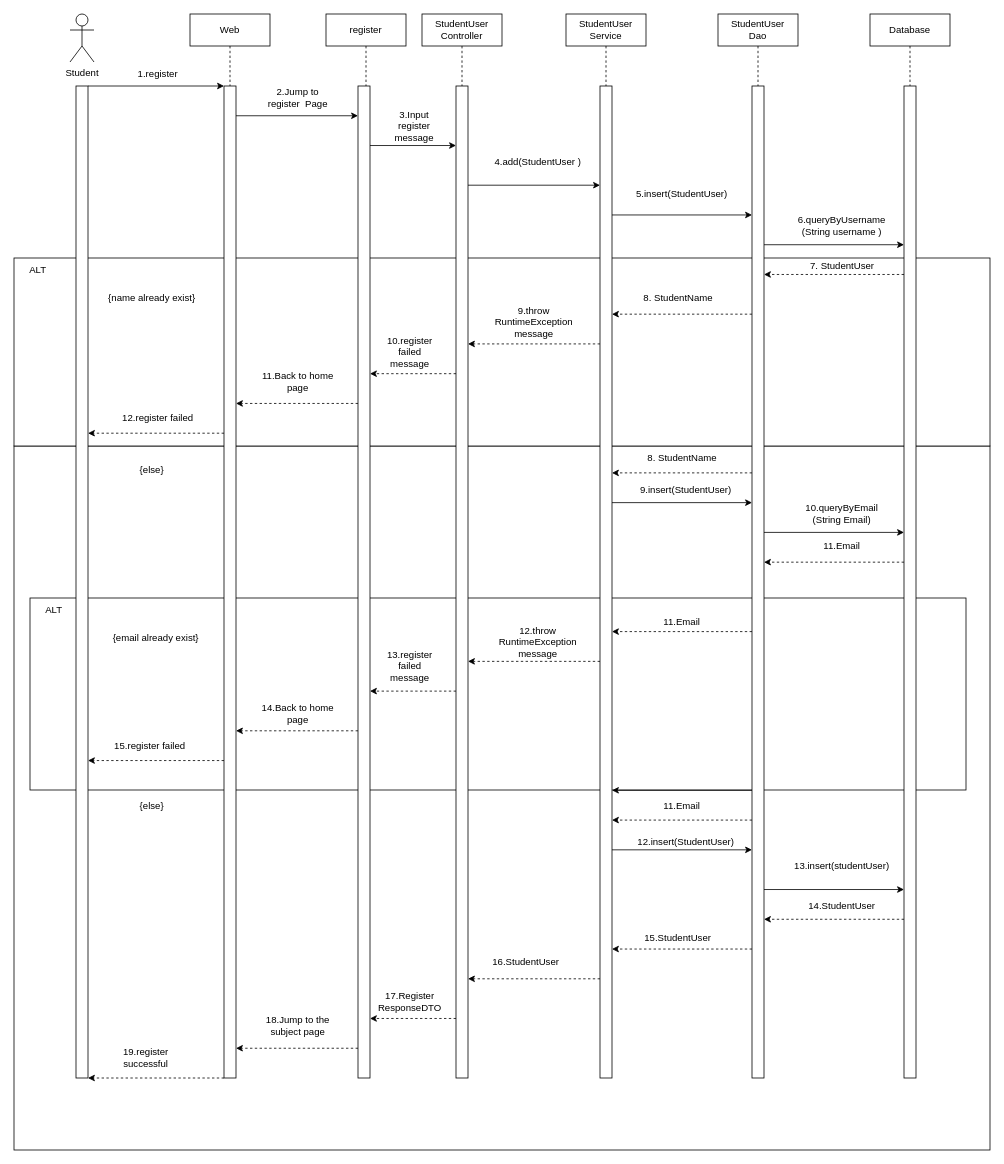
Before: Final_project_Sequence_diagram.drawio in vriusc/Intelligent-Tutoring-System, a draw.io diagram. Source tidied: cells renumbered, new cells numbered last; positions are measured from the earlier drawing's top-left corner, leaving out a move shared by most shapes. Both pictures are drawn from the tidied source at 80%, with x=0, y=0 at pixel (14, 14).
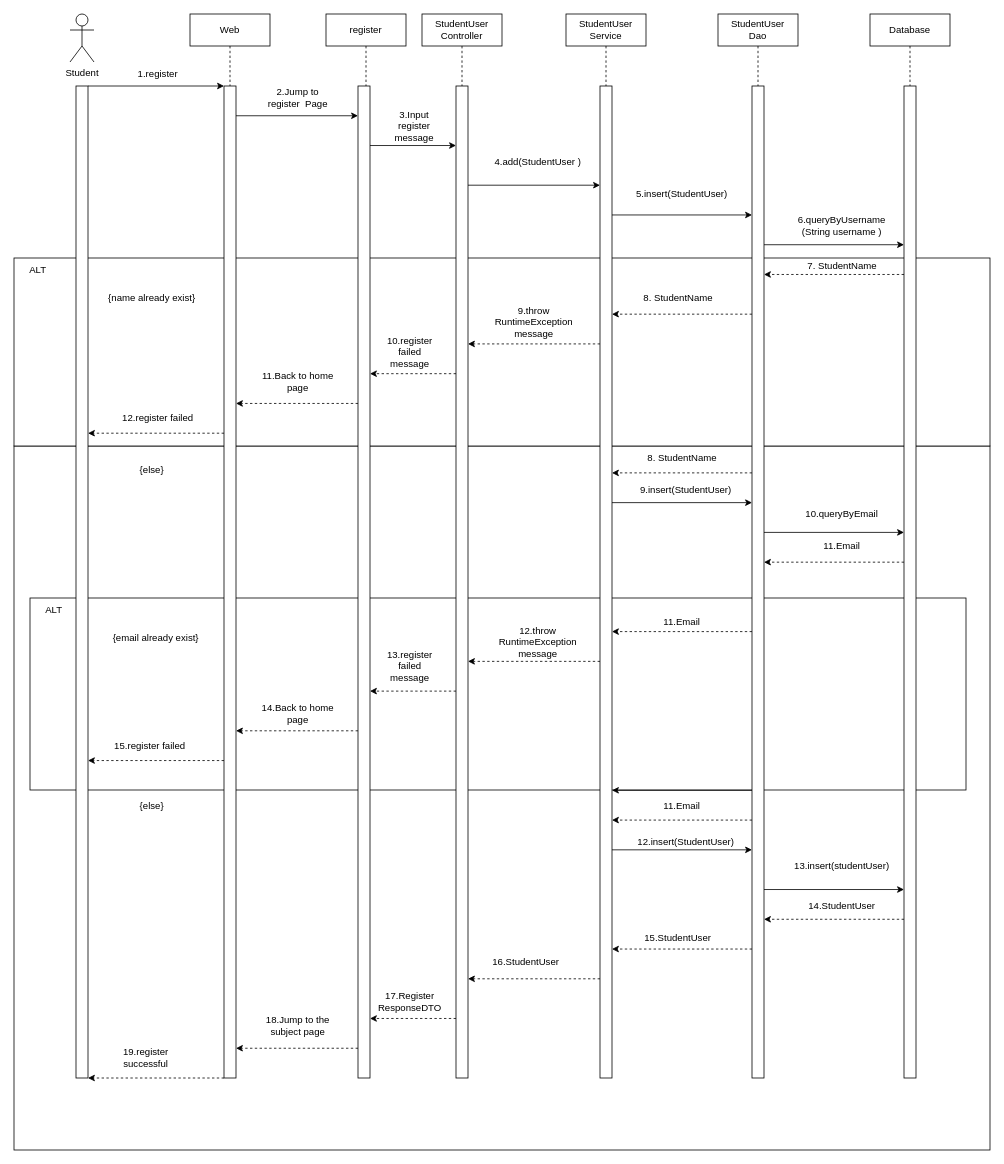
The same diagram, later.

Diff of the diagram source:
```diff
@@
-    <mxCell id="18" value="7. StudentUser" style="text;html=1;align=center;verticalAlign=middle;strokeColor=none;fillColor=none;" parent="1" vertex="1">
-      <mxGeometry x="985" y="300" width="100" height="30" as="geometry" />
+    <mxCell id="18" value="7. StudentName" style="text;html=1;align=center;verticalAlign=middle;strokeColor=none;fillColor=none;" parent="1" vertex="1">
+      <mxGeometry x="980" y="300" width="110" height="30" as="geometry" />
     </mxCell>
@@
-    <mxCell id="68" value="10.queryByEmail (String Email)" style="text;html=1;strokeColor=none;fillColor=none;align=center;verticalAlign=middle;whiteSpace=wrap;rounded=0;" parent="1" vertex="1">
+    <mxCell id="68" value="10.queryByEmail" style="text;html=1;strokeColor=none;fillColor=none;align=center;verticalAlign=middle;whiteSpace=wrap;rounded=0;" parent="1" vertex="1">
       <mxGeometry x="970" y="610" width="130" height="30" as="geometry" />
     </mxCell>
```
